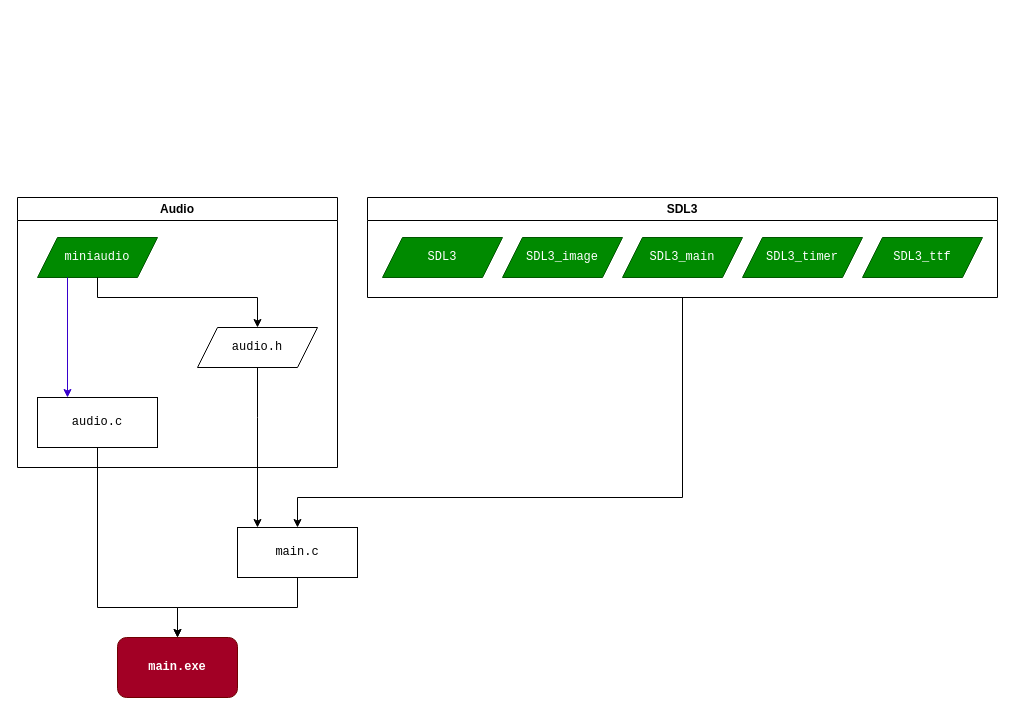
Above: formal-part/include-scheme.drawio in ThatOneGriff/rs-the-game (draw.io), before the change. Source tidied: cells renumbered, new cells numbered last; positions are measured from the earlier drawing's top-left corner, leaving out a move shared by most shapes. Both pictures are drawn from the tidied source at 100%, with x=0, y=0 at pixel (17, 197).
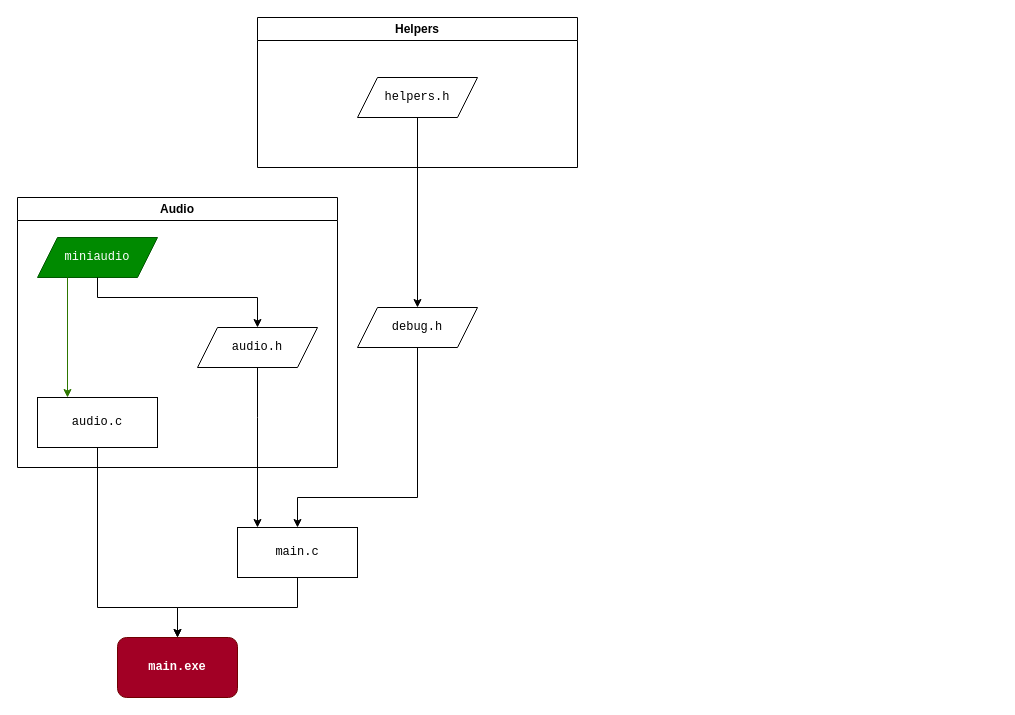
The same diagram, later.

Unchanged cells that the change refers to:
```xml
<mxCell id="2" value="miniaudio" style="shape=parallelogram;perimeter=parallelogramPerimeter;whiteSpace=wrap;html=1;fixedSize=1;fillColor=#008a00;fontColor=#ffffff;strokeColor=#005700;fontFamily=Courier New;" parent="1" vertex="1">
  <mxGeometry x="20" y="40" width="120" height="40" as="geometry" />
</mxCell>
<mxCell id="4" value="audio.c" style="rounded=0;whiteSpace=wrap;html=1;fontFamily=Courier New;" parent="1" vertex="1">
  <mxGeometry x="20" y="200" width="120" height="50" as="geometry" />
</mxCell>
<mxCell id="10" value="main.c" style="rounded=0;whiteSpace=wrap;html=1;fontFamily=Courier New;" parent="1" vertex="1">
  <mxGeometry x="220" y="330" width="120" height="50" as="geometry" />
</mxCell>
```

Change to the diagram source:
```diff
@@
-    <mxCell id="7" style="endArrow=classic;html=1;rounded=0;exitX=0.25;exitY=1;exitDx=0;exitDy=0;entryX=0.25;entryY=0;entryDx=0;entryDy=0;fillColor=#6a00ff;strokeColor=#3700CC;" parent="1" edge="1" source="2" target="4">
+    <mxCell id="7" style="endArrow=classic;html=1;rounded=0;exitX=0.25;exitY=1;exitDx=0;exitDy=0;entryX=0.25;entryY=0;entryDx=0;entryDy=0;fillColor=#60a917;strokeColor=#2D7600;" parent="1" edge="1" source="2" target="4">
       <mxGeometry relative="1" as="geometry" />
     </mxCell>
@@
-    <mxCell id="13" value="SDL3" style="swimlane;whiteSpace=wrap;html=1;" parent="1" vertex="1">
-      <mxGeometry x="350" width="630" height="100" as="geometry" />
-    </mxCell>
-    <mxCell id="14" value="SDL3_image" style="shape=parallelogram;perimeter=parallelogramPerimeter;whiteSpace=wrap;html=1;fixedSize=1;fillColor=#008a00;fontColor=#ffffff;strokeColor=#005700;fontFamily=Courier New;" parent="13" vertex="1">
-      <mxGeometry x="135" y="40" width="120" height="40" as="geometry" />
-    </mxCell>
-    <mxCell id="15" value="SDL3_main" style="shape=parallelogram;perimeter=parallelogramPerimeter;whiteSpace=wrap;html=1;fixedSize=1;fillColor=#008a00;fontColor=#ffffff;strokeColor=#005700;fontFamily=Courier New;" parent="13" vertex="1">
-      <mxGeometry x="255" y="40" width="120" height="40" as="geometry" />
-    </mxCell>
-    <mxCell id="16" value="SDL3_timer" style="shape=parallelogram;perimeter=parallelogramPerimeter;whiteSpace=wrap;html=1;fixedSize=1;fillColor=#008a00;fontColor=#ffffff;strokeColor=#005700;fontFamily=Courier New;" parent="13" vertex="1">
-      <mxGeometry x="375" y="40" width="120" height="40" as="geometry" />
-    </mxCell>
-    <mxCell id="17" value="SDL3_ttf" style="shape=parallelogram;perimeter=parallelogramPerimeter;whiteSpace=wrap;html=1;fixedSize=1;fillColor=#008a00;fontColor=#ffffff;strokeColor=#005700;fontFamily=Courier New;" parent="13" vertex="1">
-      <mxGeometry x="495" y="40" width="120" height="40" as="geometry" />
-    </mxCell>
-    <mxCell id="18" value="SDL3" style="shape=parallelogram;perimeter=parallelogramPerimeter;whiteSpace=wrap;html=1;fixedSize=1;fillColor=#008a00;fontColor=#ffffff;strokeColor=#005700;fontFamily=Courier New;" parent="13" vertex="1">
-      <mxGeometry x="15" y="40" width="120" height="40" as="geometry" />
-    </mxCell>
-    <mxCell id="19" style="endArrow=classic;html=1;rounded=0;exitX=0.5;exitY=1;exitDx=0;exitDy=0;entryX=0.5;entryY=0;entryDx=0;entryDy=0;" parent="1" edge="1" source="13" target="10">
-      <mxGeometry relative="1" as="geometry">
-        <Array as="points">
-          <mxPoint x="665" y="300" />
-          <mxPoint x="280" y="300" />
-        </Array>
-      </mxGeometry>
-    </mxCell>
+    <mxCell id="20" style="edgeStyle=orthogonalEdgeStyle;rounded=0;jettySize=auto;html=1;entryX=0.5;entryY=0;entryDx=0;entryDy=0;" parent="1" edge="1" source="21" target="10">
+      <mxGeometry relative="1" as="geometry">
+        <Array as="points">
+          <mxPoint x="400" y="300" />
+          <mxPoint x="280" y="300" />
+        </Array>
+      </mxGeometry>
+    </mxCell>
+    <mxCell id="21" value="debug.h" style="shape=parallelogram;perimeter=parallelogramPerimeter;whiteSpace=wrap;html=1;fixedSize=1;fontFamily=Courier New;" parent="1" vertex="1">
+      <mxGeometry x="340" y="110" width="120" height="40" as="geometry" />
+    </mxCell>
+    <mxCell id="22" style="edgeStyle=orthogonalEdgeStyle;rounded=0;jettySize=auto;html=1;" parent="1" edge="1" source="23" target="21">
+      <mxGeometry relative="1" as="geometry" />
+    </mxCell>
+    <mxCell id="23" value="helpers.h" style="shape=parallelogram;perimeter=parallelogramPerimeter;whiteSpace=wrap;html=1;fixedSize=1;fontFamily=Courier New;" parent="1" vertex="1">
+      <mxGeometry x="340" y="-120" width="120" height="40" as="geometry" />
+    </mxCell>
+    <mxCell id="24" value="Helpers" style="swimlane;whiteSpace=wrap;html=1;" parent="1" vertex="1">
+      <mxGeometry x="240" y="-180" width="320" height="150" as="geometry" />
+    </mxCell>
```
